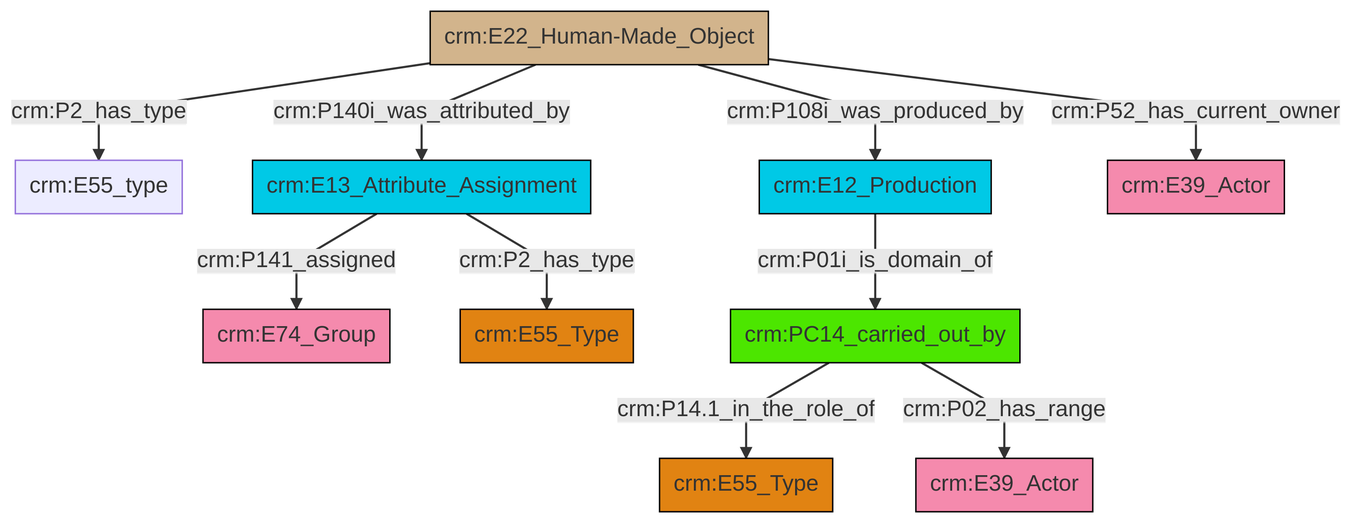
Above: et/builtWorkCSV/ttl/mmd/png/Built_Work_actor_relations.png in swiss-art-research-net/reference-data-models (Mermaid), before the change. Its source is kept beside it as et/builtWorkCSV/ttl/mmd/Built_Work_actor_relations.ttl.mmd.
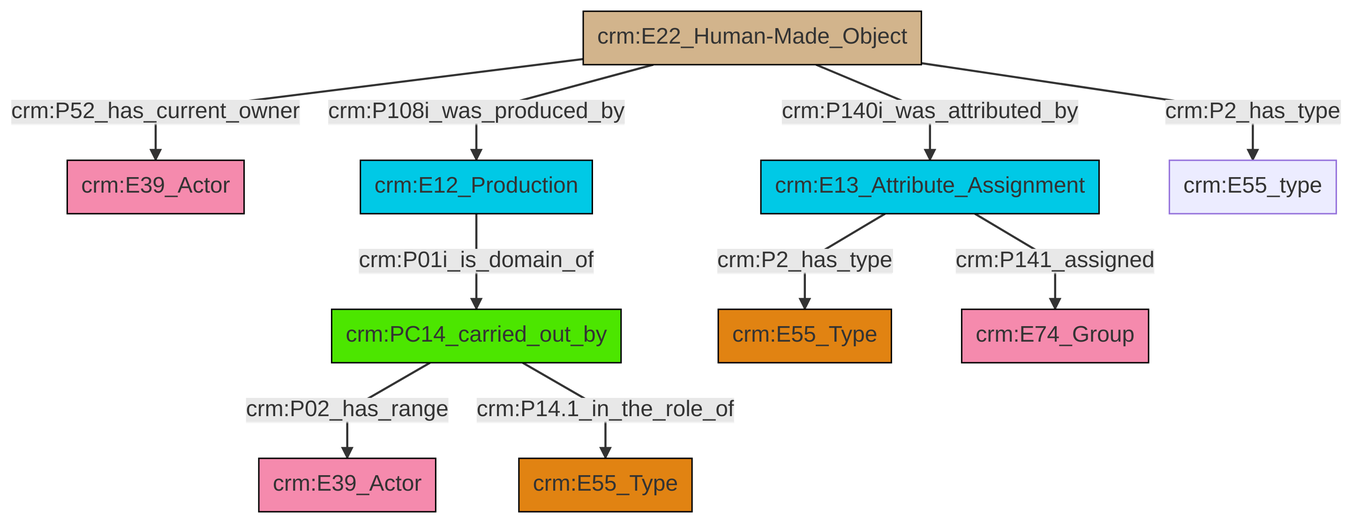
The same diagram one commit later.

Change to the diagram source:
```diff
@@ -13,12 +13,12 @@
 classDef PC_Classes fill:#4ce600, stroke:#000000;
 classDef Multi fill:#cccccc,stroke:#000000;
 
-8["crm:E22_Human-Made_Object"]:::Physical_Thing -->|crm:P2_has_type| 4["crm:E55_type"]:::Default
-9["crm:E13_Attribute_Assignment"]:::Temporal_Entity -->|crm:P2_has_type| 2["crm:E55_Type"]:::Type
-11["crm:PC14_carried_out_by"]:::PC_Classes -->|crm:P14.1_in_the_role_of| 12["crm:E55_Type"]:::Type
-6["crm:E12_Production"]:::Temporal_Entity -->|crm:P01i_is_domain_of| 11["crm:PC14_carried_out_by"]:::PC_Classes
-9["crm:E13_Attribute_Assignment"]:::Temporal_Entity -->|crm:P141_assigned| 0["crm:E74_Group"]:::Actor
-8["crm:E22_Human-Made_Object"]:::Physical_Thing -->|crm:P108i_was_produced_by| 6["crm:E12_Production"]:::Temporal_Entity
-8["crm:E22_Human-Made_Object"]:::Physical_Thing -->|crm:P140i_was_attributed_by| 9["crm:E13_Attribute_Assignment"]:::Temporal_Entity
-11["crm:PC14_carried_out_by"]:::PC_Classes -->|crm:P02_has_range| 16["crm:E39_Actor"]:::Actor
-8["crm:E22_Human-Made_Object"]:::Physical_Thing -->|crm:P52_has_current_owner| 18["crm:E39_Actor"]:::Actor
+2["crm:PC14_carried_out_by"]:::PC_Classes -->|crm:P02_has_range| 3["crm:E39_Actor"]:::Actor
+0["crm:E22_Human-Made_Object"]:::Physical_Thing -->|crm:P52_has_current_owner| 6["crm:E39_Actor"]:::Actor
+0["crm:E22_Human-Made_Object"]:::Physical_Thing -->|crm:P108i_was_produced_by| 7["crm:E12_Production"]:::Temporal_Entity
+9["crm:E13_Attribute_Assignment"]:::Temporal_Entity -->|crm:P141_assigned| 10["crm:E74_Group"]:::Actor
+0["crm:E22_Human-Made_Object"]:::Physical_Thing -->|crm:P2_has_type| 11["crm:E55_type"]:::Default
+7["crm:E12_Production"]:::Temporal_Entity -->|crm:P01i_is_domain_of| 2["crm:PC14_carried_out_by"]:::PC_Classes
+2["crm:PC14_carried_out_by"]:::PC_Classes -->|crm:P14.1_in_the_role_of| 12["crm:E55_Type"]:::Type
+0["crm:E22_Human-Made_Object"]:::Physical_Thing -->|crm:P140i_was_attributed_by| 9["crm:E13_Attribute_Assignment"]:::Temporal_Entity
+9["crm:E13_Attribute_Assignment"]:::Temporal_Entity -->|crm:P2_has_type| 4["crm:E55_Type"]:::Type
```
